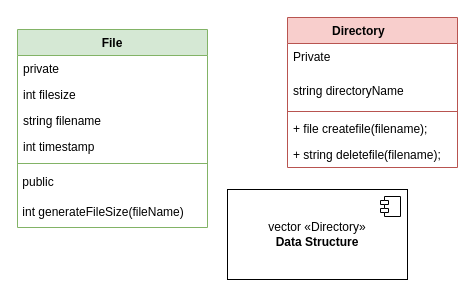
Earlier version of the draw.io diagram FakeFileSystem.drawio (SultanFK1/FakeFileSystem-Assignment). Source tidied: cells renumbered, new cells numbered last; positions are measured from the earlier drawing's top-left corner, leaving out a move shared by most shapes. Both pictures are drawn from the tidied source at 100%, with x=0, y=0 at pixel (17, 17).
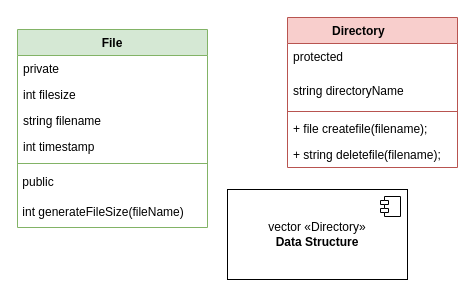
Above is the later version.

The edit, as a diff of the source:
```diff
@@
 <mxGraphModel>
   <root>
     <mxCell id="0" />
     <mxCell id="1" parent="0" />
     <mxCell id="2" value="File" style="swimlane;fontStyle=1;align=center;verticalAlign=top;horizontal=1;startSize=26;whiteSpace=wrap;html=1;fillColor=#d5e8d4;strokeColor=#82b366;" parent="1" vertex="1">
       <mxGeometry y="12" width="190" height="198" as="geometry" />
     </mxCell>
     <mxCell id="3" value="private" style="text;strokeColor=none;fillColor=none;align=left;verticalAlign=top;spacingLeft=4;spacingRight=4;overflow=hidden;whiteSpace=wrap;html=1;" parent="2" vertex="1">
       <mxGeometry y="26" width="190" height="26" as="geometry" />
     </mxCell>
     <mxCell id="4" value="int filesize" style="text;strokeColor=none;fillColor=none;align=left;verticalAlign=top;spacingLeft=4;spacingRight=4;overflow=hidden;whiteSpace=wrap;html=1;" parent="2" vertex="1">
       <mxGeometry y="52" width="190" height="26" as="geometry" />
     </mxCell>
     <mxCell id="5" value="string filename" style="text;strokeColor=none;fillColor=none;align=left;verticalAlign=top;spacingLeft=4;spacingRight=4;overflow=hidden;whiteSpace=wrap;html=1;" parent="2" vertex="1">
       <mxGeometry y="78" width="190" height="26" as="geometry" />
     </mxCell>
     <mxCell id="6" value="int timestamp" style="text;strokeColor=none;fillColor=none;align=left;verticalAlign=top;spacingLeft=4;spacingRight=4;overflow=hidden;whiteSpace=wrap;html=1;" parent="2" vertex="1">
       <mxGeometry y="104" width="190" height="26" as="geometry" />
     </mxCell>
     <mxCell id="7" style="line;strokeWidth=1;fillColor=none;align=left;verticalAlign=middle;spacingTop=-1;spacingLeft=3;spacingRight=3;labelPosition=right;strokeColor=inherit;" parent="2" vertex="1">
       <mxGeometry y="130" width="190" height="8" as="geometry" />
     </mxCell>
     <mxCell id="8" value="&amp;nbsp;public" style="text;html=1;align=left;verticalAlign=middle;strokeColor=none;fillColor=none;" parent="2" vertex="1">
       <mxGeometry y="138" width="190" height="30" as="geometry" />
     </mxCell>
     <mxCell id="9" value="&amp;nbsp;int generateFileSize(fileName)" style="text;html=1;align=left;verticalAlign=middle;strokeColor=none;fillColor=none;" parent="2" vertex="1">
       <mxGeometry y="168" width="190" height="30" as="geometry" />
     </mxCell>
     <mxCell id="10" value="Directory&lt;span style=&quot;white-space: pre;&quot;&gt;&#9;&lt;/span&gt;" style="swimlane;fontStyle=1;align=center;verticalAlign=top;horizontal=1;startSize=26;whiteSpace=wrap;html=1;fillColor=#f8cecc;strokeColor=#b85450;" parent="1" vertex="1">
       <mxGeometry x="270" width="170" height="150" as="geometry" />
     </mxCell>
-    <mxCell id="11" value="Private" style="text;strokeColor=none;fillColor=none;align=left;verticalAlign=top;spacingLeft=4;spacingRight=4;overflow=hidden;whiteSpace=wrap;html=1;" parent="10" vertex="1">
+    <mxCell id="11" value="protected" style="text;strokeColor=none;fillColor=none;align=left;verticalAlign=top;spacingLeft=4;spacingRight=4;overflow=hidden;whiteSpace=wrap;html=1;" parent="10" vertex="1">
       <mxGeometry y="26" width="170" height="34" as="geometry" />
     </mxCell>
     <mxCell id="12" value="string directoryName" style="text;strokeColor=none;fillColor=none;align=left;verticalAlign=top;spacingLeft=4;spacingRight=4;overflow=hidden;whiteSpace=wrap;html=1;" parent="10" vertex="1">
       <mxGeometry y="60" width="170" height="30" as="geometry" />
     </mxCell>
     <mxCell id="13" style="line;strokeWidth=1;fillColor=none;align=left;verticalAlign=middle;spacingTop=-1;spacingLeft=3;spacingRight=3;labelPosition=right;strokeColor=inherit;" parent="10" vertex="1">
       <mxGeometry y="90" width="170" height="8" as="geometry" />
     </mxCell>
     <mxCell id="14" value="+ file createfile(filename);&amp;nbsp;" style="text;strokeColor=none;fillColor=none;align=left;verticalAlign=top;spacingLeft=4;spacingRight=4;overflow=hidden;whiteSpace=wrap;html=1;" parent="10" vertex="1">
       <mxGeometry y="98" width="170" height="26" as="geometry" />
     </mxCell>
     <mxCell id="15" value="+ string deletefile(filename);&amp;nbsp;" style="text;strokeColor=none;fillColor=none;align=left;verticalAlign=top;spacingLeft=4;spacingRight=4;overflow=hidden;whiteSpace=wrap;html=1;" parent="10" vertex="1">
       <mxGeometry y="124" width="170" height="26" as="geometry" />
     </mxCell>
     <mxCell id="16" value="vector «Directory»&lt;br&gt;&lt;b&gt;Data Structure&lt;/b&gt;" style="html=1;whiteSpace=wrap;" parent="1" vertex="1">
       <mxGeometry x="210" y="172" width="180" height="90" as="geometry" />
     </mxCell>
     <mxCell id="17" style="shape=module;jettyWidth=8;jettyHeight=4;" parent="16" vertex="1">
       <mxGeometry x="1" width="20" height="20" relative="1" as="geometry">
         <mxPoint x="-27" y="7" as="offset" />
       </mxGeometry>
     </mxCell>
   </root>
 </mxGraphModel>
```
